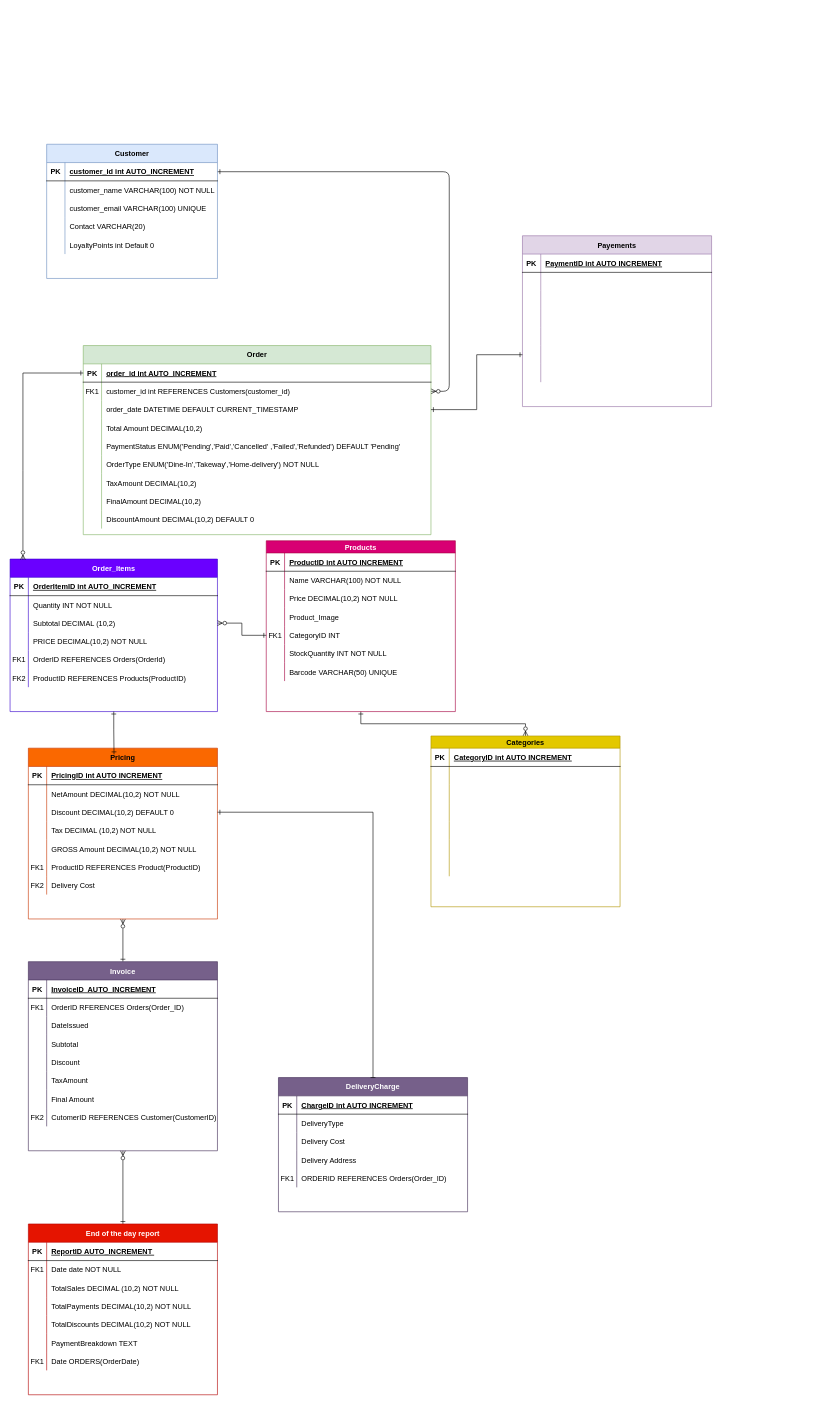
Awepandarr/POS_System keeps this draw.io diagram as Untitled Diagram.drawio. Above is the earlier version. Source tidied: cells renumbered, new cells numbered last; positions are measured from the earlier drawing's top-left corner, leaving out a move shared by most shapes. Both pictures are drawn from the tidied source at 61%, with x=0, y=0 at pixel (10, 144).
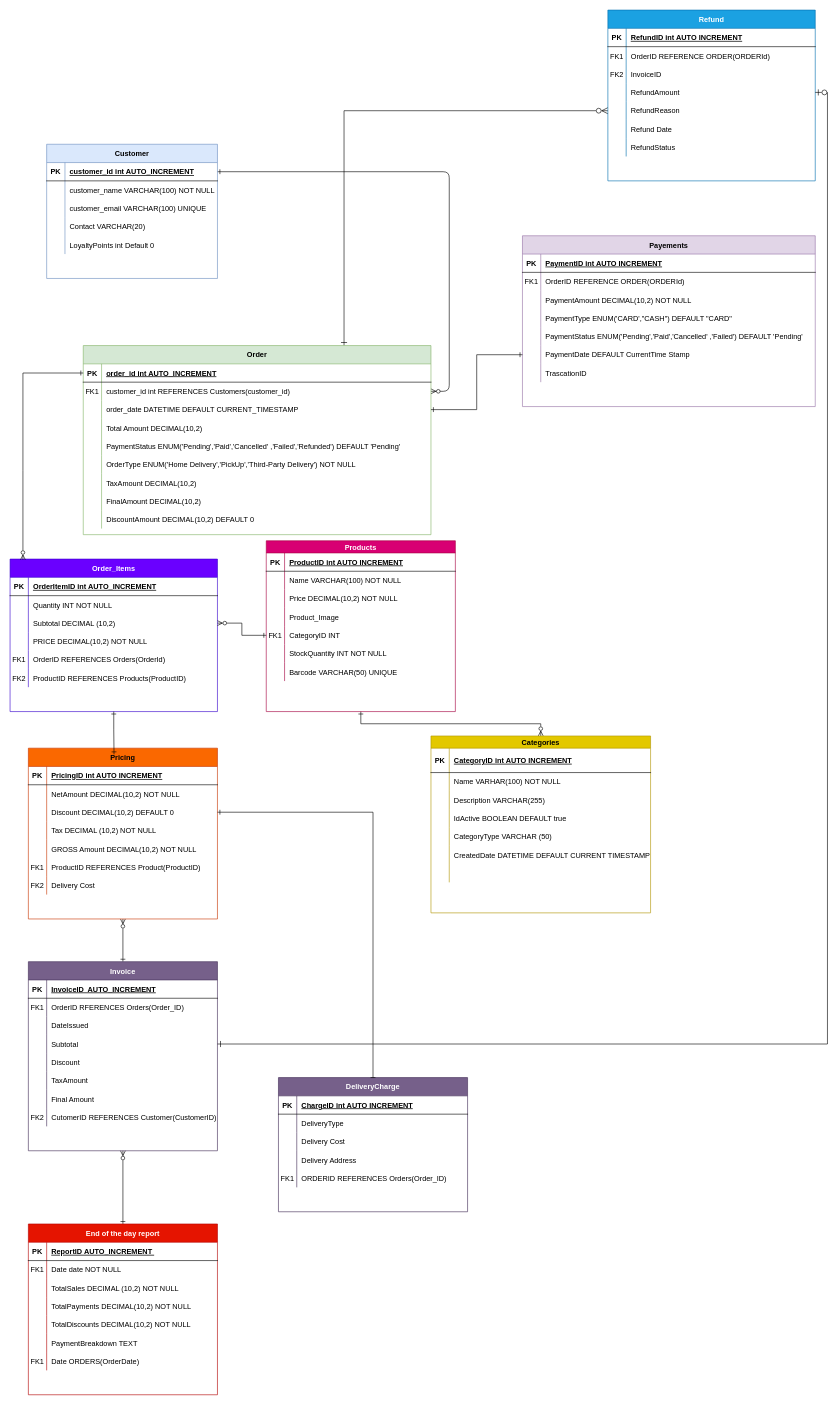
The same diagram, later.

Unchanged cells that the change refers to:
```xml
<mxCell id="19" value="Order" style="shape=table;startSize=30;childLayout=tableLayout;rowLines=0;fontStyle=1;align=center;fillColor=#d5e8d4;strokeColor=#82b366;" parent="1" vertex="1">
  <mxGeometry x="120" y="330" width="570" height="310" as="geometry" />
</mxCell>
<mxCell id="35" style="shape=partialRectangle;fillColor=none;top=0;left=0;right=0;bottom=0;" parent="19" vertex="1">
  <mxGeometry y="180" width="570" height="30" as="geometry" />
</mxCell>
<mxCell id="187" style="shape=partialRectangle;fillColor=none;points=[[0,0.5],[1,0.5]];portConstraint=eastwest;top=0;left=0;right=0;bottom=0;" parent="177" vertex="1">
  <mxGeometry y="120" width="310" height="30" as="geometry" />
</mxCell>
```

The edit, as a diff of the source:
```diff
@@
+    <mxCell id="225" style="edgeStyle=orthogonalEdgeStyle;rounded=0;jettySize=auto;html=1;exitX=0.75;exitY=0;exitDx=0;exitDy=0;entryX=0;entryY=0.5;entryDx=0;entryDy=0;fontSize=12;startSize=8;endSize=8;startArrow=ERone;startFill=0;endArrow=ERzeroToMany;endFill=0;" parent="1" edge="1" source="19" target="239">
+      <mxGeometry relative="1" as="geometry" />
+    </mxCell>
@@
-    <mxCell id="37" value="OrderType ENUM('Dine-In','Takeway','Home-delivery') NOT NULL" style="shape=partialRectangle;overflow=hidden;fillColor=none;top=0;left=0;bottom=0;right=0;align=left;spacingLeft=6;" parent="35" vertex="1">
+    <mxCell id="37" value="OrderType ENUM('Home Delivery','PickUp','Third-Party Delivery') NOT NULL" style="shape=partialRectangle;overflow=hidden;fillColor=none;top=0;left=0;bottom=0;right=0;align=left;spacingLeft=6;" parent="35" vertex="1">
       <mxGeometry x="30" width="540" height="30" as="geometry" />
     </mxCell>
@@
     <mxCell id="89" value="Categories" style="shape=table;startSize=20;childLayout=tableLayout;rowLines=0;fontStyle=1;align=center;fillColor=#e3c800;fontColor=#000000;strokeColor=#B09500;" parent="1" vertex="1">
-      <mxGeometry x="690" y="970" width="310" height="280" as="geometry" />
+      <mxGeometry x="690" y="970" width="360" height="290" as="geometry" />
     </mxCell>
     <mxCell id="90" style="shape=partialRectangle;fillColor=none;top=0;left=0;right=0;bottom=1;" parent="89" vertex="1">
-      <mxGeometry y="20" width="310" height="30" as="geometry" />
+      <mxGeometry y="20" width="360" height="40" as="geometry" />
     </mxCell>
     <mxCell id="91" value="PK" style="shape=partialRectangle;overflow=hidden;fillColor=none;top=0;left=0;bottom=0;right=0;fontStyle=1;" parent="90" vertex="1">
-      <mxGeometry width="30" height="30" as="geometry" />
+      <mxGeometry width="30" height="40" as="geometry" />
     </mxCell>
     <mxCell id="92" value="CategoryID int AUTO INCREMENT" style="shape=partialRectangle;overflow=hidden;fillColor=none;top=0;left=0;bottom=0;right=0;align=left;spacingLeft=6;fontStyle=5;" parent="90" vertex="1">
-      <mxGeometry x="30" width="280" height="30" as="geometry" />
+      <mxGeometry x="30" width="330" height="40" as="geometry" />
     </mxCell>
     <mxCell id="93" style="shape=partialRectangle;fillColor=none;top=0;left=0;right=0;bottom=0;" parent="89" vertex="1">
-      <mxGeometry y="50" width="310" height="30" as="geometry" />
+      <mxGeometry y="60" width="360" height="30" as="geometry" />
     </mxCell>
@@
-    <mxCell id="95" style="shape=partialRectangle;overflow=hidden;fillColor=none;top=0;left=0;bottom=0;right=0;align=left;spacingLeft=6;" parent="93" vertex="1">
-      <mxGeometry x="30" width="280" height="30" as="geometry" />
+    <mxCell id="95" value="Name VARHAR(100) NOT NULL" style="shape=partialRectangle;overflow=hidden;fillColor=none;top=0;left=0;bottom=0;right=0;align=left;spacingLeft=6;" parent="93" vertex="1">
+      <mxGeometry x="30" width="330" height="30" as="geometry" />
     </mxCell>
     <mxCell id="96" style="shape=partialRectangle;fillColor=none;top=0;left=0;right=0;bottom=0;" parent="89" vertex="1">
-      <mxGeometry y="80" width="310" height="30" as="geometry" />
+      <mxGeometry y="90" width="360" height="30" as="geometry" />
     </mxCell>
@@
-    <mxCell id="98" style="shape=partialRectangle;overflow=hidden;fillColor=none;top=0;left=0;bottom=0;right=0;align=left;spacingLeft=6;" parent="96" vertex="1">
-      <mxGeometry x="30" width="280" height="30" as="geometry" />
+    <mxCell id="98" value="Description VARCHAR(255)" style="shape=partialRectangle;overflow=hidden;fillColor=none;top=0;left=0;bottom=0;right=0;align=left;spacingLeft=6;" parent="96" vertex="1">
+      <mxGeometry x="30" width="330" height="30" as="geometry" />
     </mxCell>
     <mxCell id="99" style="shape=partialRectangle;fillColor=none;top=0;left=0;right=0;bottom=0;" parent="89" vertex="1">
-      <mxGeometry y="110" width="310" height="30" as="geometry" />
+      <mxGeometry y="120" width="360" height="30" as="geometry" />
     </mxCell>
@@
-    <mxCell id="101" style="shape=partialRectangle;overflow=hidden;fillColor=none;top=0;left=0;bottom=0;right=0;align=left;spacingLeft=6;" parent="99" vertex="1">
-      <mxGeometry x="30" width="280" height="30" as="geometry" />
+    <mxCell id="101" value="IdActive BOOLEAN DEFAULT true" style="shape=partialRectangle;overflow=hidden;fillColor=none;top=0;left=0;bottom=0;right=0;align=left;spacingLeft=6;" parent="99" vertex="1">
+      <mxGeometry x="30" width="330" height="30" as="geometry" />
     </mxCell>
     <mxCell id="102" style="shape=partialRectangle;fillColor=none;top=0;left=0;right=0;bottom=0;" parent="89" vertex="1">
-      <mxGeometry y="140" width="310" height="30" as="geometry" />
+      <mxGeometry y="150" width="360" height="30" as="geometry" />
     </mxCell>
@@
-    <mxCell id="104" style="shape=partialRectangle;overflow=hidden;fillColor=none;top=0;left=0;bottom=0;right=0;align=left;spacingLeft=6;" parent="102" vertex="1">
-      <mxGeometry x="30" width="280" height="30" as="geometry" />
+    <mxCell id="104" value="CategoryType VARCHAR (50)" style="shape=partialRectangle;overflow=hidden;fillColor=none;top=0;left=0;bottom=0;right=0;align=left;spacingLeft=6;" parent="102" vertex="1">
+      <mxGeometry x="30" width="330" height="30" as="geometry" />
     </mxCell>
     <mxCell id="105" style="shape=partialRectangle;fillColor=none;top=0;left=0;right=0;bottom=0;" parent="89" vertex="1">
-      <mxGeometry y="170" width="310" height="30" as="geometry" />
+      <mxGeometry y="180" width="360" height="30" as="geometry" />
     </mxCell>
@@
-    <mxCell id="107" style="shape=partialRectangle;overflow=hidden;fillColor=none;top=0;left=0;bottom=0;right=0;align=left;spacingLeft=6;" parent="105" vertex="1">
-      <mxGeometry x="30" width="280" height="30" as="geometry" />
+    <mxCell id="107" value="CreatedDate DATETIME DEFAULT CURRENT TIMESTAMP" style="shape=partialRectangle;overflow=hidden;fillColor=none;top=0;left=0;bottom=0;right=0;align=left;spacingLeft=6;" parent="105" vertex="1">
+      <mxGeometry x="30" width="330" height="30" as="geometry" />
     </mxCell>
     <mxCell id="108" style="shape=partialRectangle;fillColor=none;top=0;left=0;right=0;bottom=0;" parent="89" vertex="1">
-      <mxGeometry y="200" width="310" height="30" as="geometry" />
+      <mxGeometry y="210" width="360" height="30" as="geometry" />
     </mxCell>
@@
     <mxCell id="110" style="shape=partialRectangle;overflow=hidden;fillColor=none;top=0;left=0;bottom=0;right=0;align=left;spacingLeft=6;" parent="108" vertex="1">
-      <mxGeometry x="30" width="280" height="30" as="geometry" />
+      <mxGeometry x="30" width="330" height="30" as="geometry" />
     </mxCell>
     <mxCell id="111" value="Payements" style="shape=table;startSize=30;childLayout=tableLayout;rowLines=0;fontStyle=1;align=center;fillColor=#e1d5e7;strokeColor=#9673a6;" parent="1" vertex="1">
-      <mxGeometry x="840" y="150" width="310" height="280" as="geometry" />
+      <mxGeometry x="840" y="150" width="480" height="280" as="geometry" />
     </mxCell>
     <mxCell id="112" style="shape=partialRectangle;fillColor=none;top=0;left=0;right=0;bottom=1;" parent="111" vertex="1">
-      <mxGeometry y="30" width="310" height="30" as="geometry" />
+      <mxGeometry y="30" width="480" height="30" as="geometry" />
     </mxCell>
@@
     <mxCell id="114" value="PaymentID int AUTO INCREMENT" style="shape=partialRectangle;overflow=hidden;fillColor=none;top=0;left=0;bottom=0;right=0;align=left;spacingLeft=6;fontStyle=5;" parent="112" vertex="1">
-      <mxGeometry x="30" width="280" height="30" as="geometry" />
+      <mxGeometry x="30" width="450" height="30" as="geometry" />
     </mxCell>
     <mxCell id="115" style="shape=partialRectangle;fillColor=none;top=0;left=0;right=0;bottom=0;" parent="111" vertex="1">
-      <mxGeometry y="60" width="310" height="30" as="geometry" />
+      <mxGeometry y="60" width="480" height="30" as="geometry" />
     </mxCell>
-    <mxCell id="116" style="shape=partialRectangle;overflow=hidden;fillColor=none;top=0;left=0;bottom=0;right=0;" parent="115" vertex="1">
+    <mxCell id="116" value="FK1" style="shape=partialRectangle;overflow=hidden;fillColor=none;top=0;left=0;bottom=0;right=0;" parent="115" vertex="1">
       <mxGeometry width="30" height="30" as="geometry" />
     </mxCell>
-    <mxCell id="117" style="shape=partialRectangle;overflow=hidden;fillColor=none;top=0;left=0;bottom=0;right=0;align=left;spacingLeft=6;" parent="115" vertex="1">
-      <mxGeometry x="30" width="280" height="30" as="geometry" />
+    <mxCell id="117" value="OrderID REFERENCE ORDER(ORDERId)" style="shape=partialRectangle;overflow=hidden;fillColor=none;top=0;left=0;bottom=0;right=0;align=left;spacingLeft=6;" parent="115" vertex="1">
+      <mxGeometry x="30" width="450" height="30" as="geometry" />
     </mxCell>
     <mxCell id="118" style="shape=partialRectangle;fillColor=none;top=0;left=0;right=0;bottom=0;" parent="111" vertex="1">
-      <mxGeometry y="90" width="310" height="30" as="geometry" />
+      <mxGeometry y="90" width="480" height="30" as="geometry" />
     </mxCell>
@@
-    <mxCell id="120" style="shape=partialRectangle;overflow=hidden;fillColor=none;top=0;left=0;bottom=0;right=0;align=left;spacingLeft=6;" parent="118" vertex="1">
-      <mxGeometry x="30" width="280" height="30" as="geometry" />
+    <mxCell id="120" value="PaymentAmount DECIMAL(10,2) NOT NULL" style="shape=partialRectangle;overflow=hidden;fillColor=none;top=0;left=0;bottom=0;right=0;align=left;spacingLeft=6;" parent="118" vertex="1">
+      <mxGeometry x="30" width="450" height="30" as="geometry" />
     </mxCell>
     <mxCell id="121" style="shape=partialRectangle;fillColor=none;top=0;left=0;right=0;bottom=0;" parent="111" vertex="1">
-      <mxGeometry y="120" width="310" height="30" as="geometry" />
+      <mxGeometry y="120" width="480" height="30" as="geometry" />
     </mxCell>
@@
-    <mxCell id="123" style="shape=partialRectangle;overflow=hidden;fillColor=none;top=0;left=0;bottom=0;right=0;align=left;spacingLeft=6;" parent="121" vertex="1">
-      <mxGeometry x="30" width="280" height="30" as="geometry" />
+    <mxCell id="123" value="PaymentType ENUM('CARD',&quot;CASH&quot;) DEFAULT &quot;CARD&quot;" style="shape=partialRectangle;overflow=hidden;fillColor=none;top=0;left=0;bottom=0;right=0;align=left;spacingLeft=6;" parent="121" vertex="1">
+      <mxGeometry x="30" width="450" height="30" as="geometry" />
     </mxCell>
     <mxCell id="124" style="shape=partialRectangle;fillColor=none;top=0;left=0;right=0;bottom=0;" parent="111" vertex="1">
-      <mxGeometry y="150" width="310" height="30" as="geometry" />
+      <mxGeometry y="150" width="480" height="30" as="geometry" />
     </mxCell>
@@
-    <mxCell id="126" style="shape=partialRectangle;overflow=hidden;fillColor=none;top=0;left=0;bottom=0;right=0;align=left;spacingLeft=6;" parent="124" vertex="1">
-      <mxGeometry x="30" width="280" height="30" as="geometry" />
+    <mxCell id="126" value="PaymentStatus ENUM('Pending','Paid','Cancelled' ,'Failed') DEFAULT 'Pending'" style="shape=partialRectangle;overflow=hidden;fillColor=none;top=0;left=0;bottom=0;right=0;align=left;spacingLeft=6;" parent="124" vertex="1">
+      <mxGeometry x="30" width="450" height="30" as="geometry" />
     </mxCell>
     <mxCell id="127" style="shape=partialRectangle;fillColor=none;points=[[0,0.5],[1,0.5]];portConstraint=eastwest;top=0;left=0;right=0;bottom=0;" parent="111" vertex="1">
-      <mxGeometry y="180" width="310" height="30" as="geometry" />
+      <mxGeometry y="180" width="480" height="30" as="geometry" />
     </mxCell>
@@
-    <mxCell id="129" style="shape=partialRectangle;overflow=hidden;fillColor=none;top=0;left=0;bottom=0;right=0;align=left;spacingLeft=6;" parent="127" vertex="1">
-      <mxGeometry x="30" width="280" height="30" as="geometry" />
+    <mxCell id="129" value="PaymentDate DEFAULT CurrentTime Stamp " style="shape=partialRectangle;overflow=hidden;fillColor=none;top=0;left=0;bottom=0;right=0;align=left;spacingLeft=6;" parent="127" vertex="1">
+      <mxGeometry x="30" width="450" height="30" as="geometry" />
     </mxCell>
     <mxCell id="130" style="shape=partialRectangle;fillColor=none;top=0;left=0;right=0;bottom=0;" parent="111" vertex="1">
-      <mxGeometry y="210" width="310" height="30" as="geometry" />
+      <mxGeometry y="210" width="480" height="30" as="geometry" />
     </mxCell>
@@
-    <mxCell id="132" style="shape=partialRectangle;overflow=hidden;fillColor=none;top=0;left=0;bottom=0;right=0;align=left;spacingLeft=6;" parent="130" vertex="1">
-      <mxGeometry x="30" width="280" height="30" as="geometry" />
+    <mxCell id="132" value="TrascationID" style="shape=partialRectangle;overflow=hidden;fillColor=none;top=0;left=0;bottom=0;right=0;align=left;spacingLeft=6;" parent="130" vertex="1">
+      <mxGeometry x="30" width="450" height="30" as="geometry" />
     </mxCell>
@@
+    <mxCell id="226" value="Refund" style="shape=table;startSize=30;childLayout=tableLayout;rowLines=0;fontStyle=1;align=center;fillColor=#1ba1e2;strokeColor=#006EAF;fontColor=#ffffff;" parent="1" vertex="1">
+      <mxGeometry x="980" y="-220" width="340" height="280" as="geometry" />
+    </mxCell>
+    <mxCell id="227" style="shape=partialRectangle;fillColor=none;top=0;left=0;right=0;bottom=1;" parent="226" vertex="1">
+      <mxGeometry y="30" width="340" height="30" as="geometry" />
+    </mxCell>
+    <mxCell id="228" value="PK" style="shape=partialRectangle;overflow=hidden;fillColor=none;top=0;left=0;bottom=0;right=0;fontStyle=1;" parent="227" vertex="1">
+      <mxGeometry width="30" height="30" as="geometry" />
+    </mxCell>
+    <mxCell id="229" value="RefundID int AUTO INCREMENT" style="shape=partialRectangle;overflow=hidden;fillColor=none;top=0;left=0;bottom=0;right=0;align=left;spacingLeft=6;fontStyle=5;" parent="227" vertex="1">
+      <mxGeometry x="30" width="310" height="30" as="geometry" />
+    </mxCell>
+    <mxCell id="230" style="shape=partialRectangle;fillColor=none;top=0;left=0;right=0;bottom=0;" parent="226" vertex="1">
+      <mxGeometry y="60" width="340" height="30" as="geometry" />
+    </mxCell>
+    <mxCell id="231" value="FK1" style="shape=partialRectangle;overflow=hidden;fillColor=none;top=0;left=0;bottom=0;right=0;" parent="230" vertex="1">
+      <mxGeometry width="30" height="30" as="geometry" />
+    </mxCell>
+    <mxCell id="232" value="OrderID REFERENCE ORDER(ORDERId)" style="shape=partialRectangle;overflow=hidden;fillColor=none;top=0;left=0;bottom=0;right=0;align=left;spacingLeft=6;" parent="230" vertex="1">
+      <mxGeometry x="30" width="310" height="30" as="geometry" />
+    </mxCell>
+    <mxCell id="233" style="shape=partialRectangle;fillColor=none;top=0;left=0;right=0;bottom=0;" parent="226" vertex="1">
+      <mxGeometry y="90" width="340" height="30" as="geometry" />
+    </mxCell>
+    <mxCell id="234" value="FK2" style="shape=partialRectangle;overflow=hidden;fillColor=none;top=0;left=0;bottom=0;right=0;" parent="233" vertex="1">
+      <mxGeometry width="30" height="30" as="geometry" />
+    </mxCell>
+    <mxCell id="235" value="InvoiceID" style="shape=partialRectangle;overflow=hidden;fillColor=none;top=0;left=0;bottom=0;right=0;align=left;spacingLeft=6;" parent="233" vertex="1">
+      <mxGeometry x="30" width="310" height="30" as="geometry" />
+    </mxCell>
+    <mxCell id="236" style="shape=partialRectangle;fillColor=none;points=[[0,0.5],[1,0.5]];portConstraint=eastwest;top=0;left=0;right=0;bottom=0;" parent="226" vertex="1">
+      <mxGeometry y="120" width="340" height="30" as="geometry" />
+    </mxCell>
+    <mxCell id="237" style="shape=partialRectangle;overflow=hidden;fillColor=none;top=0;left=0;bottom=0;right=0;" parent="236" vertex="1">
+      <mxGeometry width="30" height="30" as="geometry" />
+    </mxCell>
+    <mxCell id="238" value="RefundAmount" style="shape=partialRectangle;overflow=hidden;fillColor=none;top=0;left=0;bottom=0;right=0;align=left;spacingLeft=6;" parent="236" vertex="1">
+      <mxGeometry x="30" width="310" height="30" as="geometry" />
+    </mxCell>
+    <mxCell id="239" style="shape=partialRectangle;fillColor=none;points=[[0,0.5],[1,0.5]];portConstraint=eastwest;top=0;left=0;right=0;bottom=0;" parent="226" vertex="1">
+      <mxGeometry y="150" width="340" height="30" as="geometry" />
+    </mxCell>
+    <mxCell id="240" style="shape=partialRectangle;overflow=hidden;fillColor=none;top=0;left=0;bottom=0;right=0;" parent="239" vertex="1">
+      <mxGeometry width="30" height="30" as="geometry" />
+    </mxCell>
+    <mxCell id="241" value="RefundReason" style="shape=partialRectangle;overflow=hidden;fillColor=none;top=0;left=0;bottom=0;right=0;align=left;spacingLeft=6;" parent="239" vertex="1">
+      <mxGeometry x="30" width="310" height="30" as="geometry" />
+    </mxCell>
+    <mxCell id="242" style="shape=partialRectangle;fillColor=none;top=0;left=0;right=0;bottom=0;" parent="226" vertex="1">
+      <mxGeometry y="180" width="340" height="30" as="geometry" />
+    </mxCell>
+    <mxCell id="243" style="shape=partialRectangle;overflow=hidden;fillColor=none;top=0;left=0;bottom=0;right=0;" parent="242" vertex="1">
+      <mxGeometry width="30" height="30" as="geometry" />
+    </mxCell>
+    <mxCell id="244" value="Refund Date" style="shape=partialRectangle;overflow=hidden;fillColor=none;top=0;left=0;bottom=0;right=0;align=left;spacingLeft=6;" parent="242" vertex="1">
+      <mxGeometry x="30" width="310" height="30" as="geometry" />
+    </mxCell>
+    <mxCell id="245" style="shape=partialRectangle;fillColor=none;top=0;left=0;right=0;bottom=0;" parent="226" vertex="1">
+      <mxGeometry y="210" width="340" height="30" as="geometry" />
+    </mxCell>
+    <mxCell id="246" style="shape=partialRectangle;overflow=hidden;fillColor=none;top=0;left=0;bottom=0;right=0;" parent="245" vertex="1">
+      <mxGeometry width="30" height="30" as="geometry" />
+    </mxCell>
+    <mxCell id="247" value="RefundStatus" style="shape=partialRectangle;overflow=hidden;fillColor=none;top=0;left=0;bottom=0;right=0;align=left;spacingLeft=6;" parent="245" vertex="1">
+      <mxGeometry x="30" width="310" height="30" as="geometry" />
+    </mxCell>
+    <mxCell id="248" style="edgeStyle=orthogonalEdgeStyle;rounded=0;jettySize=auto;html=1;exitX=1;exitY=0.5;exitDx=0;exitDy=0;entryX=1;entryY=0.5;entryDx=0;entryDy=0;fontSize=12;startSize=8;endSize=8;startArrow=ERzeroToOne;startFill=0;endArrow=ERone;endFill=0;" parent="1" edge="1" source="236" target="187">
+      <mxGeometry relative="1" as="geometry" />
+    </mxCell>
```
